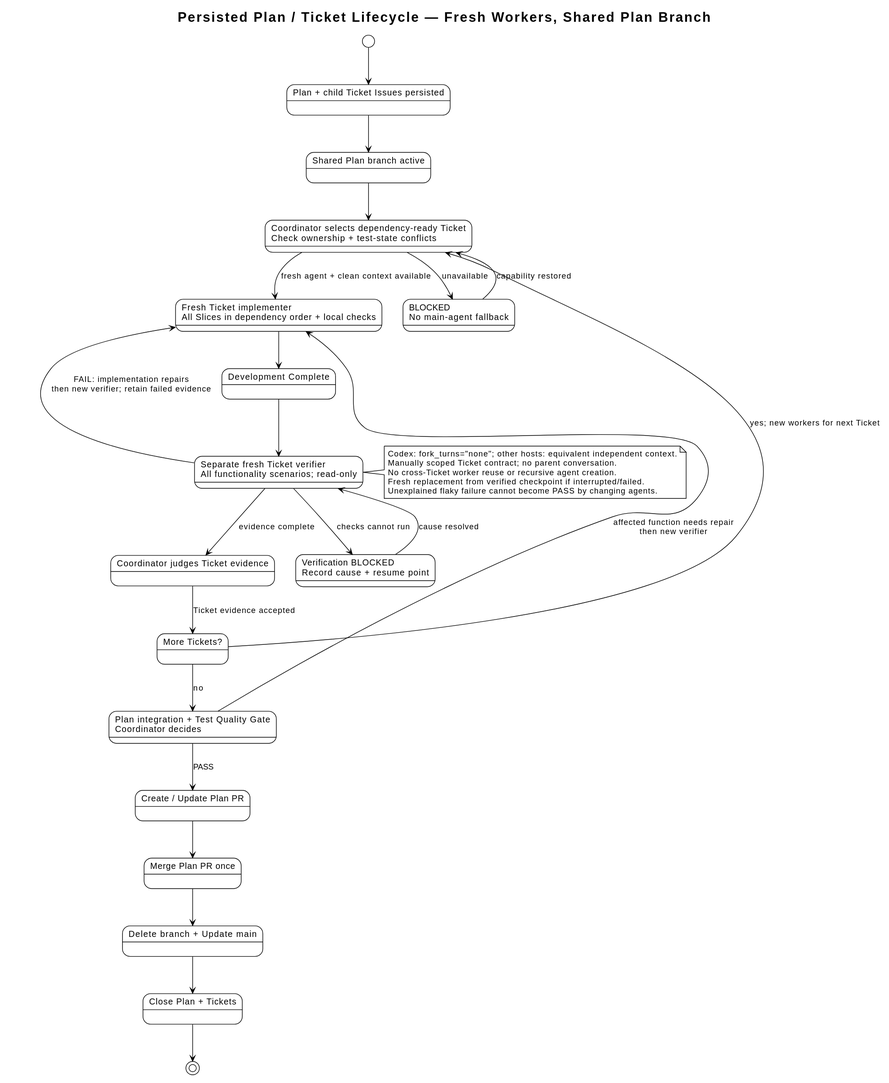
Before: docs/architecture/diagrams/ticket-lifecycle.svg, a diagram exported from PlantUML (i-zrhe2016/codex-development-workflow).
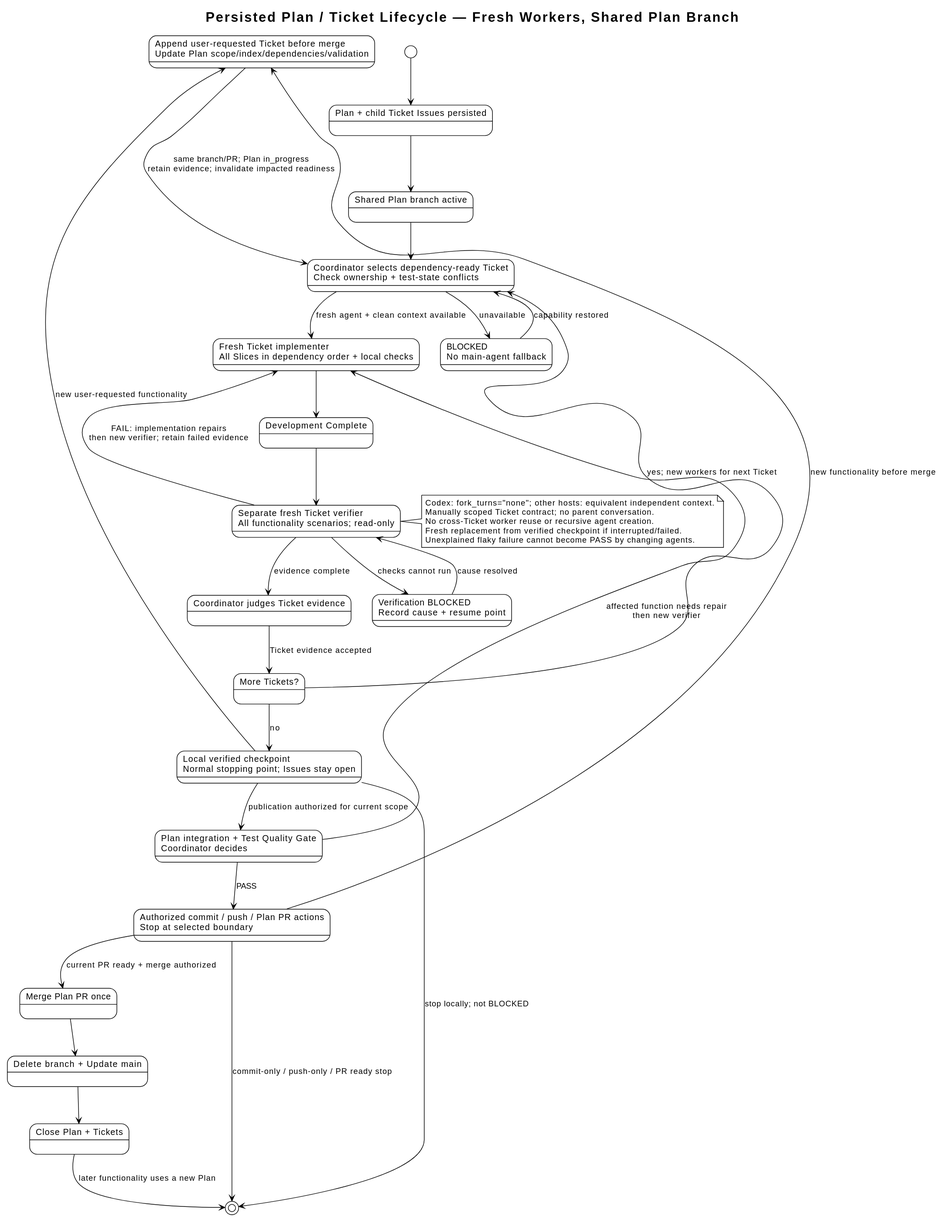
Later version of the same file.

Change to the diagram source:
```diff
@@ -14,8 +14,10 @@
 state "Separate fresh Ticket verifier\nAll functionality scenarios; read-only" as verify
 state "Coordinator judges Ticket evidence" as accepted
 state "More Tickets?" as more
+state "Local verified checkpoint\nNormal stopping point; Issues stay open" as local
+state "Append user-requested Ticket before merge\nUpdate Plan scope/index/dependencies/validation" as expand
 state "Plan integration + Test Quality Gate\nCoordinator decides" as gate
-state "Create / Update Plan PR" as publish
+state "Authorized commit / push / Plan PR actions\nStop at selected boundary" as publish
 state "Merge Plan PR once" as merge
 state "Delete branch + Update main" as cleanup
 state "Close Plan + Tickets" as done
@@ -36,13 +38,19 @@
 verify -[norank]-> implement : FAIL: implementation repairs\nthen new verifier; retain failed evidence
 accepted -down-> more : Ticket evidence accepted
 more -[norank]-> select : yes; new workers for next Ticket
-more -down-> gate : no
+more -down-> local : no
+local --> [*] : stop locally; not BLOCKED
+local -[norank]-> expand : new user-requested functionality
+publish -[norank]-> expand : new functionality before merge
+expand -[norank]-> select : same branch/PR; Plan in_progress\nretain evidence; invalidate impacted readiness
+local -down-> gate : publication authorized for current scope
 gate -[norank]-> implement : affected function needs repair\nthen new verifier
 gate -down-> publish : PASS
-publish -down-> merge
+publish --> [*] : commit-only / push-only / PR ready stop
+publish -down-> merge : current PR ready + merge authorized
 merge -down-> cleanup
 cleanup -down-> done
-done --> [*]
+done --> [*] : later functionality uses a new Plan
 
 note right of verify
 Codex: fork_turns="none"; other hosts: equivalent independent context.
```
